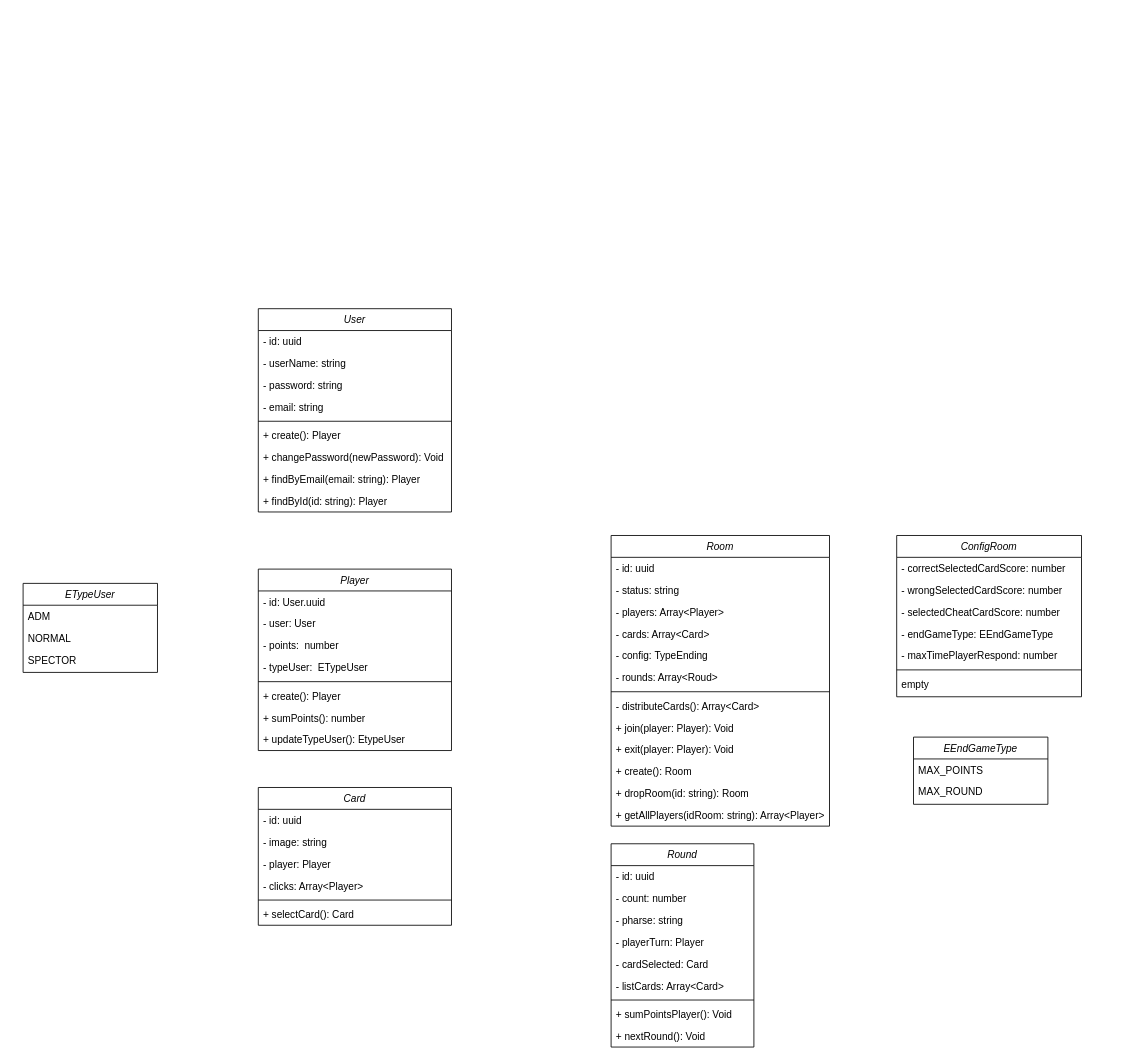
Above: driagrama.drawio in rafaelomodei/dixt (draw.io), before the change. Source tidied: cells renumbered, new cells numbered last; positions are measured from the earlier drawing's top-left corner, leaving out a move shared by most shapes. Both pictures are drawn from the tidied source at 84%, with x=0, y=0 at pixel (23, 308).
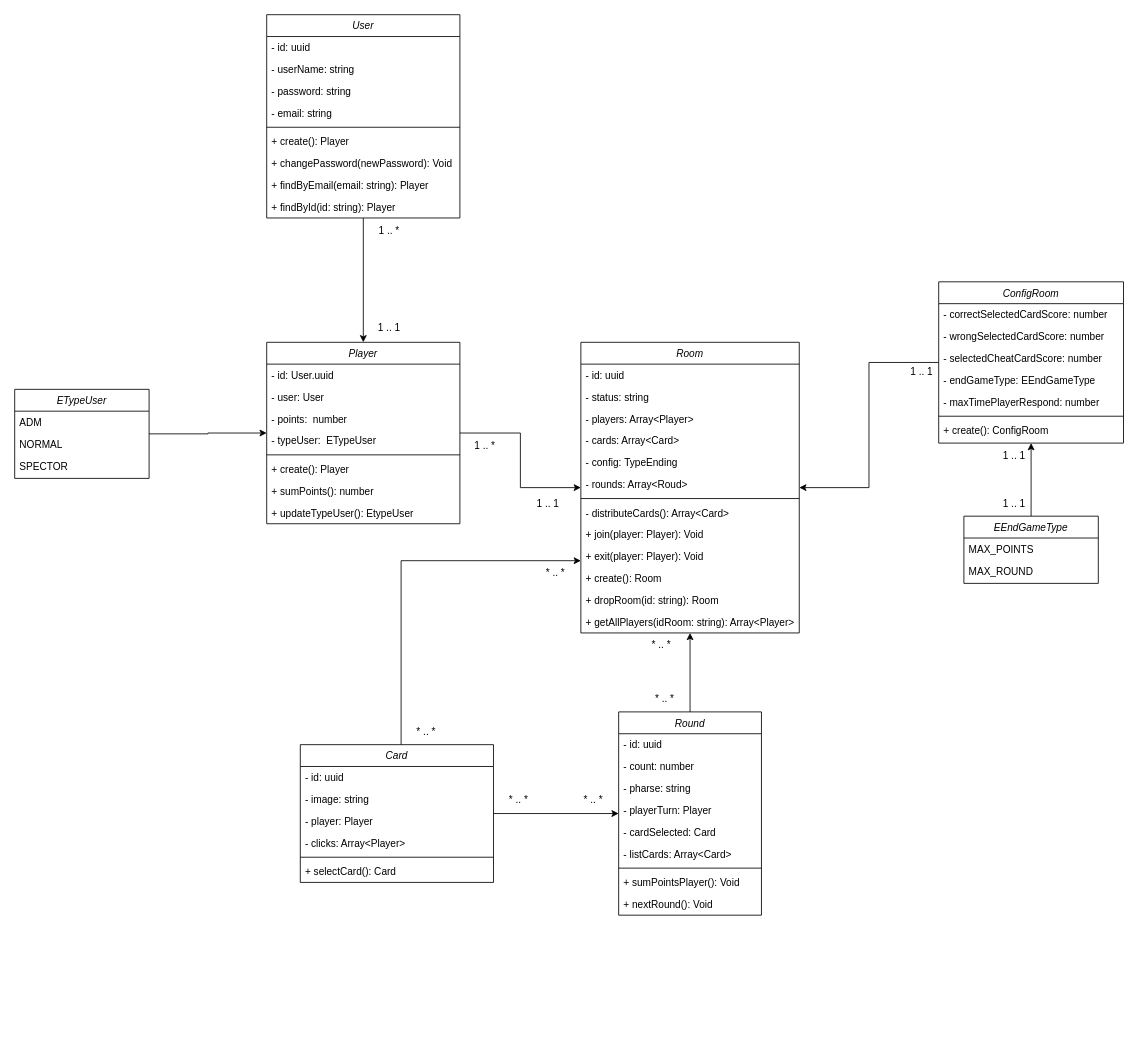
Above is the later version.

Change to the diagram source:
```diff
@@
+    <mxCell id="67" style="edgeStyle=orthogonalEdgeStyle;rounded=0;jettySize=auto;html=1;" parent="1" edge="1" source="2" target="11">
+      <mxGeometry relative="1" as="geometry" />
+    </mxCell>
     <mxCell id="2" value="Player" style="swimlane;fontStyle=2;align=center;verticalAlign=top;horizontal=1;startSize=26;rounded=0;shadow=0;strokeWidth=1;" parent="1" vertex="1">
-      <mxGeometry x="280" y="310" width="230" height="216" as="geometry" />
+      <mxGeometry x="290" y="40" width="230" height="216" as="geometry" />
     </mxCell>
@@
     <mxCell id="11" value="Room" style="swimlane;fontStyle=2;align=center;verticalAlign=top;horizontal=1;startSize=26;rounded=0;shadow=0;strokeWidth=1;" parent="1" vertex="1">
-      <mxGeometry x="700" y="270" width="260" height="346" as="geometry" />
+      <mxGeometry x="664" y="40" width="260" height="346" as="geometry" />
     </mxCell>
@@
+    <mxCell id="68" style="edgeStyle=orthogonalEdgeStyle;rounded=0;jettySize=auto;html=1;" parent="1" edge="1" source="25" target="11">
+      <mxGeometry relative="1" as="geometry" />
+    </mxCell>
     <mxCell id="25" value="ConfigRoom" style="swimlane;fontStyle=2;align=center;verticalAlign=top;horizontal=1;startSize=26;rounded=0;shadow=0;strokeWidth=1;" parent="1" vertex="1">
-      <mxGeometry x="1040" y="270" width="220" height="192" as="geometry" />
+      <mxGeometry x="1090" y="-32" width="220" height="192" as="geometry" />
     </mxCell>
@@
-    <mxCell id="32" value="empty" style="text;align=left;verticalAlign=top;spacingLeft=4;spacingRight=4;overflow=hidden;" parent="25" vertex="1">
+    <mxCell id="32" value="+ create(): ConfigRoom" style="text;align=left;verticalAlign=top;spacingLeft=4;spacingRight=4;overflow=hidden;" parent="25" vertex="1">
       <mxGeometry y="164" width="220" height="28" as="geometry" />
     </mxCell>
+    <mxCell id="69" style="edgeStyle=orthogonalEdgeStyle;rounded=0;jettySize=auto;html=1;" parent="1" edge="1" source="33" target="40">
+      <mxGeometry relative="1" as="geometry" />
+    </mxCell>
+    <mxCell id="70" style="edgeStyle=orthogonalEdgeStyle;rounded=0;jettySize=auto;html=1;" parent="1" edge="1" source="33" target="11">
+      <mxGeometry relative="1" as="geometry">
+        <Array as="points">
+          <mxPoint x="450" y="300" />
+        </Array>
+      </mxGeometry>
+    </mxCell>
     <mxCell id="33" value="Card" style="swimlane;fontStyle=2;align=center;verticalAlign=top;horizontal=1;startSize=26;rounded=0;shadow=0;strokeWidth=1;" parent="1" vertex="1">
-      <mxGeometry x="280" y="570" width="230" height="164" as="geometry" />
+      <mxGeometry x="330" y="519" width="230" height="164" as="geometry" />
     </mxCell>
@@
+    <mxCell id="71" style="edgeStyle=orthogonalEdgeStyle;rounded=0;jettySize=auto;html=1;" parent="1" edge="1" source="40" target="11">
+      <mxGeometry relative="1" as="geometry" />
+    </mxCell>
     <mxCell id="40" value="Round" style="swimlane;fontStyle=2;align=center;verticalAlign=top;horizontal=1;startSize=26;rounded=0;shadow=0;strokeWidth=1;" parent="1" vertex="1">
-      <mxGeometry x="700" y="637" width="170" height="242" as="geometry" />
+      <mxGeometry x="709" y="480" width="170" height="242" as="geometry" />
     </mxCell>
@@
+    <mxCell id="72" style="edgeStyle=orthogonalEdgeStyle;rounded=0;jettySize=auto;html=1;" parent="1" edge="1" source="50" target="2">
+      <mxGeometry relative="1" as="geometry" />
+    </mxCell>
     <mxCell id="50" value="User" style="swimlane;fontStyle=2;align=center;verticalAlign=top;horizontal=1;startSize=26;rounded=0;shadow=0;strokeWidth=1;" parent="1" vertex="1">
-      <mxGeometry x="280" width="230" height="242" as="geometry" />
+      <mxGeometry x="290" y="-350" width="230" height="242" as="geometry" />
     </mxCell>
@@
+    <mxCell id="73" style="edgeStyle=orthogonalEdgeStyle;rounded=0;jettySize=auto;html=1;" parent="1" edge="1" source="60" target="2">
+      <mxGeometry relative="1" as="geometry" />
+    </mxCell>
     <mxCell id="60" value="ETypeUser" style="swimlane;fontStyle=2;align=center;verticalAlign=top;horizontal=1;startSize=26;rounded=0;shadow=0;strokeWidth=1;" parent="1" vertex="1">
-      <mxGeometry y="327" width="160" height="106" as="geometry" />
+      <mxGeometry x="-10" y="96" width="160" height="106" as="geometry" />
     </mxCell>
@@
+    <mxCell id="74" style="edgeStyle=orthogonalEdgeStyle;rounded=0;jettySize=auto;html=1;" parent="1" edge="1" source="64" target="25">
+      <mxGeometry relative="1" as="geometry" />
+    </mxCell>
     <mxCell id="64" value="EEndGameType" style="swimlane;fontStyle=2;align=center;verticalAlign=top;horizontal=1;startSize=26;rounded=0;shadow=0;strokeWidth=1;" parent="1" vertex="1">
-      <mxGeometry x="1060" y="510" width="160" height="80" as="geometry" />
+      <mxGeometry x="1120" y="247" width="160" height="80" as="geometry" />
     </mxCell>
@@
+    <mxCell id="75" value="1 .. 1" style="text;html=1;strokeColor=none;fillColor=none;align=center;verticalAlign=middle;whiteSpace=wrap;rounded=0;" parent="1" vertex="1">
+      <mxGeometry x="1150" y="160" width="60" height="30" as="geometry" />
+    </mxCell>
+    <mxCell id="76" value="1 .. 1" style="text;html=1;strokeColor=none;fillColor=none;align=center;verticalAlign=middle;whiteSpace=wrap;rounded=0;" parent="1" vertex="1">
+      <mxGeometry x="1150" y="217" width="60" height="30" as="geometry" />
+    </mxCell>
+    <mxCell id="77" value="1 .. 1" style="text;html=1;strokeColor=none;fillColor=none;align=center;verticalAlign=middle;whiteSpace=wrap;rounded=0;" parent="1" vertex="1">
+      <mxGeometry x="1040" y="60" width="60" height="30" as="geometry" />
+    </mxCell>
+    <mxCell id="78" value="1 .. 1" style="text;html=1;strokeColor=none;fillColor=none;align=center;verticalAlign=middle;whiteSpace=wrap;rounded=0;" parent="1" vertex="1">
+      <mxGeometry x="595" y="217" width="60" height="30" as="geometry" />
+    </mxCell>
+    <mxCell id="79" value="1 .. *" style="text;html=1;strokeColor=none;fillColor=none;align=center;verticalAlign=middle;whiteSpace=wrap;rounded=0;" parent="1" vertex="1">
+      <mxGeometry x="520" y="148" width="60" height="30" as="geometry" />
+    </mxCell>
+    <mxCell id="80" value="1 .. *" style="text;html=1;strokeColor=none;fillColor=none;align=center;verticalAlign=middle;whiteSpace=wrap;rounded=0;" parent="1" vertex="1">
+      <mxGeometry x="406" y="-108" width="60" height="30" as="geometry" />
+    </mxCell>
+    <mxCell id="81" value="1 .. 1" style="text;html=1;strokeColor=none;fillColor=none;align=center;verticalAlign=middle;whiteSpace=wrap;rounded=0;" parent="1" vertex="1">
+      <mxGeometry x="406" y="8" width="60" height="30" as="geometry" />
+    </mxCell>
+    <mxCell id="82" value="* .. *" style="text;html=1;strokeColor=none;fillColor=none;align=center;verticalAlign=middle;whiteSpace=wrap;rounded=0;" parent="1" vertex="1">
+      <mxGeometry x="730" y="386" width="60" height="30" as="geometry" />
+    </mxCell>
+    <mxCell id="83" value="* .. *" style="text;html=1;strokeColor=none;fillColor=none;align=center;verticalAlign=middle;whiteSpace=wrap;rounded=0;" parent="1" vertex="1">
+      <mxGeometry x="734" y="450" width="60" height="30" as="geometry" />
+    </mxCell>
+    <mxCell id="84" value="* .. *" style="text;html=1;strokeColor=none;fillColor=none;align=center;verticalAlign=middle;whiteSpace=wrap;rounded=0;" parent="1" vertex="1">
+      <mxGeometry x="649" y="570" width="60" height="30" as="geometry" />
+    </mxCell>
+    <mxCell id="85" value="* .. *" style="text;html=1;strokeColor=none;fillColor=none;align=center;verticalAlign=middle;whiteSpace=wrap;rounded=0;" parent="1" vertex="1">
+      <mxGeometry x="560" y="570" width="60" height="30" as="geometry" />
+    </mxCell>
+    <mxCell id="86" value="* .. *" style="text;html=1;strokeColor=none;fillColor=none;align=center;verticalAlign=middle;whiteSpace=wrap;rounded=0;" parent="1" vertex="1">
+      <mxGeometry x="604" y="300" width="60" height="30" as="geometry" />
+    </mxCell>
+    <mxCell id="87" value="* .. *" style="text;html=1;strokeColor=none;fillColor=none;align=center;verticalAlign=middle;whiteSpace=wrap;rounded=0;" parent="1" vertex="1">
+      <mxGeometry x="450" y="489" width="60" height="30" as="geometry" />
+    </mxCell>
```
